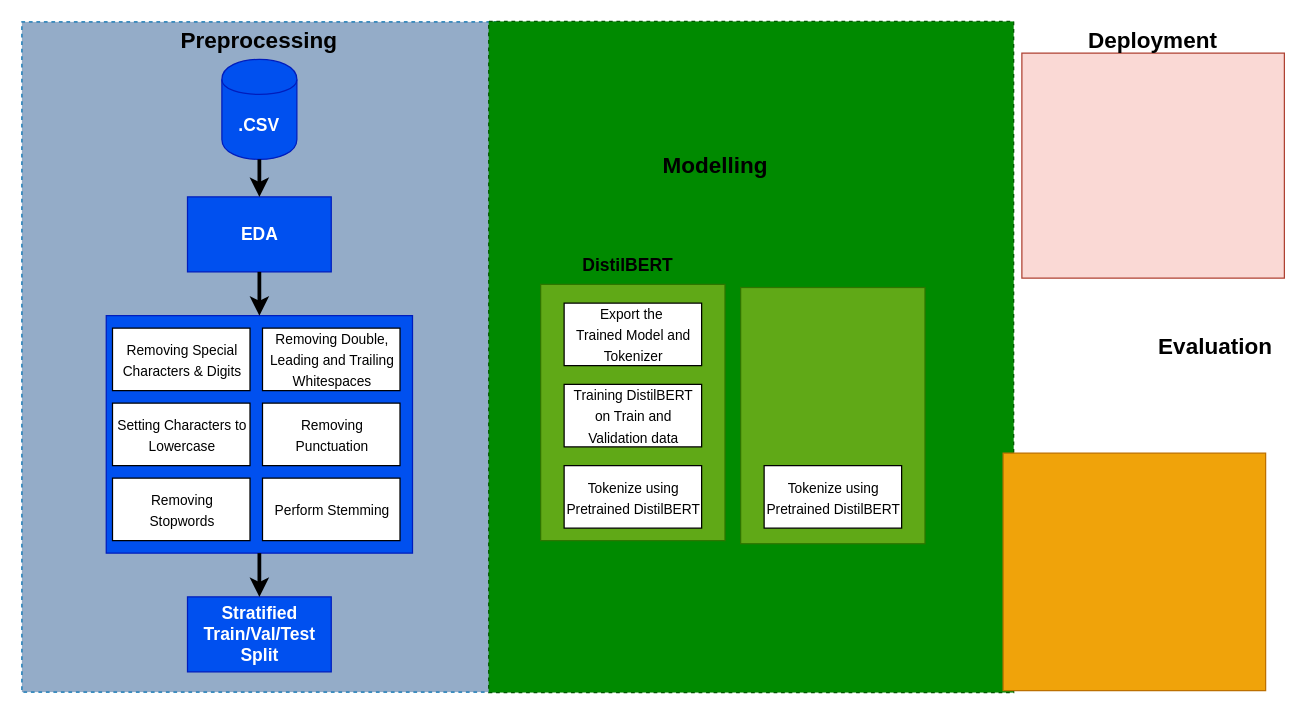
Above: MethodFlow.drawio in rvloenhout/CNN-Text-Classification-Practice (draw.io), before the change. Source tidied: cells renumbered, new cells numbered last; positions are measured from the earlier drawing's top-left corner, leaving out a move shared by most shapes. Both pictures are drawn from the tidied source at 125%, with x=0, y=0 at pixel (-76, 21).
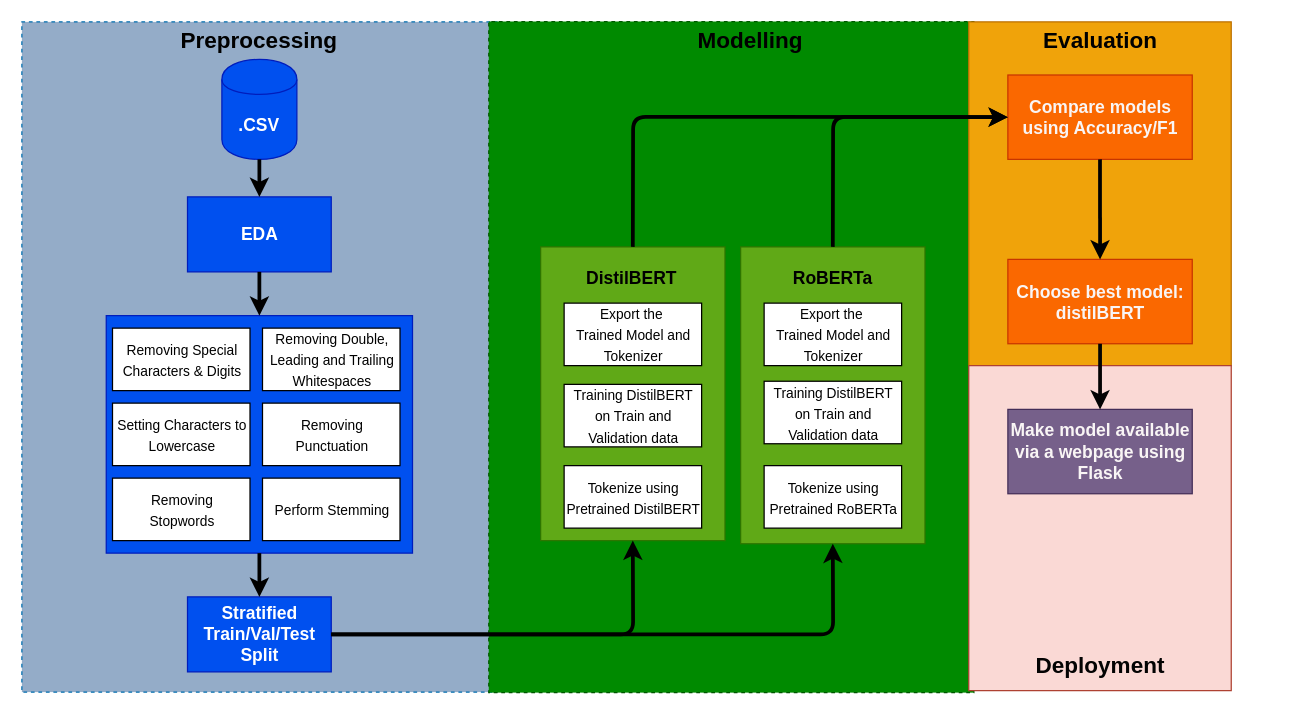
The same diagram, later.

Unchanged cells that the change refers to:
```xml
<mxCell id="19" value="&lt;b&gt;Stratified Train/Val/Test Split&lt;/b&gt;" style="rounded=0;whiteSpace=wrap;html=1;fontSize=14;fillColor=#0050ef;fontColor=#ffffff;strokeColor=#001DBC;" parent="1" vertex="1">
  <mxGeometry x="210.5" y="460" width="115" height="60" as="geometry" />
</mxCell>
```

The edit, as a diff of the source:
```diff
@@
     <mxCell id="3" style="rounded=0;whiteSpace=wrap;html=1;rotation=90;fillColor=#008a00;fontColor=#ffffff;strokeColor=#005700;dashed=1;" parent="1" vertex="1">
-      <mxGeometry x="393" y="58.1" width="536.9" height="420" as="geometry" />
+      <mxGeometry x="377.1" y="74.1" width="536.9" height="388.1" as="geometry" />
     </mxCell>
     <mxCell id="4" style="rounded=0;whiteSpace=wrap;html=1;rotation=90;fillColor=#f0a30a;fontColor=#000000;strokeColor=#BD7000;" parent="1" vertex="1">
-      <mxGeometry x="873" y="335" width="190" height="210" as="geometry" />
+      <mxGeometry x="803" y="32.5" width="275" height="210" as="geometry" />
     </mxCell>
@@
     <mxCell id="6" value="&lt;font style=&quot;font-size: 18px;&quot;&gt;&lt;b&gt;Modelling&lt;/b&gt;&lt;/font&gt;" style="text;html=1;strokeColor=none;fillColor=none;align=center;verticalAlign=middle;whiteSpace=wrap;rounded=0;" parent="1" vertex="1">
-      <mxGeometry x="603" y="100" width="60" height="30" as="geometry" />
+      <mxGeometry x="631.4" width="60" height="30" as="geometry" />
     </mxCell>
     <mxCell id="7" value="&lt;font style=&quot;font-size: 18px;&quot;&gt;&lt;b&gt;Evaluation&lt;/b&gt;&lt;/font&gt;" style="text;html=1;strokeColor=none;fillColor=none;align=center;verticalAlign=middle;whiteSpace=wrap;rounded=0;" parent="1" vertex="1">
-      <mxGeometry x="1003" y="245" width="60" height="30" as="geometry" />
+      <mxGeometry x="910.5" width="60" height="30" as="geometry" />
     </mxCell>
     <mxCell id="8" style="rounded=0;whiteSpace=wrap;html=1;rotation=90;fillColor=#fad9d5;strokeColor=#ae4132;" parent="1" vertex="1">
-      <mxGeometry x="893" y="10" width="180" height="210" as="geometry" />
+      <mxGeometry x="810.5" y="300" width="260" height="210" as="geometry" />
     </mxCell>
-    <mxCell id="9" value="&lt;font style=&quot;font-size: 18px;&quot;&gt;&lt;b&gt;Deployment&lt;/b&gt;&lt;/font&gt;" style="text;html=1;strokeColor=none;fillColor=none;align=center;verticalAlign=middle;whiteSpace=wrap;rounded=0;" parent="1" vertex="1">
-      <mxGeometry x="953" width="60" height="30" as="geometry" />
+    <mxCell id="9" value="&lt;font color=&quot;#030303&quot; style=&quot;font-size: 18px;&quot;&gt;&lt;b style=&quot;&quot;&gt;Deployment&lt;/b&gt;&lt;/font&gt;" style="text;html=1;strokeColor=none;fillColor=none;align=center;verticalAlign=middle;whiteSpace=wrap;rounded=0;" parent="1" vertex="1">
+      <mxGeometry x="910.5" y="500" width="60" height="30" as="geometry" />
     </mxCell>
@@
     <mxCell id="23" style="rounded=0;whiteSpace=wrap;html=1;fontSize=14;fillColor=#60a917;fontColor=#ffffff;strokeColor=#2D7600;" parent="1" vertex="1">
-      <mxGeometry x="493" y="210" width="147.5" height="205" as="geometry" />
+      <mxGeometry x="493" y="180" width="147.5" height="235" as="geometry" />
     </mxCell>
@@
     <mxCell id="27" value="&lt;font size=&quot;1&quot; style=&quot;&quot;&gt;&lt;b style=&quot;font-size: 14px;&quot;&gt;DistilBERT&lt;/b&gt;&lt;/font&gt;" style="text;html=1;strokeColor=none;fillColor=none;align=center;verticalAlign=middle;whiteSpace=wrap;rounded=0;" parent="1" vertex="1">
-      <mxGeometry x="533" y="180" width="60" height="30" as="geometry" />
+      <mxGeometry x="536.1" y="190" width="60" height="30" as="geometry" />
     </mxCell>
     <mxCell id="28" style="rounded=0;whiteSpace=wrap;html=1;fontSize=14;fillColor=#60a917;fontColor=#ffffff;strokeColor=#2D7600;" parent="1" vertex="1">
-      <mxGeometry x="653" y="212.5" width="147.5" height="205" as="geometry" />
+      <mxGeometry x="653" y="180" width="147.5" height="237.5" as="geometry" />
     </mxCell>
-    <mxCell id="29" value="&lt;span style=&quot;font-size: 11px;&quot;&gt;Tokenize using&lt;br&gt;Pretrained DistilBERT&lt;br&gt;&lt;/span&gt;" style="html=1;dashed=0;whitespace=wrap;fontSize=14;" parent="1" vertex="1">
+    <mxCell id="29" value="&lt;span style=&quot;font-size: 11px;&quot;&gt;Tokenize using&lt;br&gt;Pretrained RoBERTa&lt;br&gt;&lt;/span&gt;" style="html=1;dashed=0;whitespace=wrap;fontSize=14;" parent="1" vertex="1">
       <mxGeometry x="671.8" y="355" width="110" height="50" as="geometry" />
     </mxCell>
+    <mxCell id="30" value="&lt;b&gt;&lt;font color=&quot;#f9f5f5&quot;&gt;Choose best model:&lt;br&gt;distilBERT&lt;/font&gt;&lt;br&gt;&lt;/b&gt;" style="rounded=0;whiteSpace=wrap;html=1;fontSize=14;fillColor=#fa6800;fontColor=#000000;strokeColor=#C73500;" parent="1" vertex="1">
+      <mxGeometry x="866.8" y="190" width="147.5" height="67.5" as="geometry" />
+    </mxCell>
+    <mxCell id="31" value="&lt;b&gt;&lt;font color=&quot;#f9f5f5&quot;&gt;Compare models using Accuracy/F1&lt;/font&gt;&lt;br&gt;&lt;/b&gt;" style="rounded=0;whiteSpace=wrap;html=1;fontSize=14;fillColor=#fa6800;fontColor=#000000;strokeColor=#C73500;" parent="1" vertex="1">
+      <mxGeometry x="866.8" y="42.5" width="147.5" height="67.5" as="geometry" />
+    </mxCell>
+    <mxCell id="32" style="endArrow=classic;html=1;fontSize=11;fontColor=#000000;entryX=0.5;entryY=0;entryDx=0;entryDy=0;strokeWidth=3;" parent="1" edge="1" target="30">
+      <mxGeometry relative="1" as="geometry">
+        <mxPoint x="940.5" y="110" as="sourcePoint" />
+      </mxGeometry>
+    </mxCell>
+    <mxCell id="33" value="&lt;b&gt;&lt;font color=&quot;#f9f5f5&quot;&gt;Make model available via a webpage using Flask&lt;/font&gt;&lt;br&gt;&lt;/b&gt;" style="rounded=0;whiteSpace=wrap;html=1;fontSize=14;fillColor=#76608a;fontColor=#ffffff;strokeColor=#432D57;" parent="1" vertex="1">
+      <mxGeometry x="866.8" y="310" width="147.5" height="67.5" as="geometry" />
+    </mxCell>
+    <mxCell id="34" style="endArrow=classic;html=1;fontSize=11;fontColor=#000000;entryX=0.5;entryY=0;entryDx=0;entryDy=0;strokeWidth=3;exitX=0.5;exitY=1;exitDx=0;exitDy=0;strokeColor=#030303;" parent="1" edge="1" source="30" target="33">
+      <mxGeometry relative="1" as="geometry" />
+    </mxCell>
+    <mxCell id="35" value="&lt;span style=&quot;font-size: 11px;&quot;&gt;Training DistilBERT&lt;br&gt;on Train and&lt;br&gt;Validation data&lt;br&gt;&lt;/span&gt;" style="html=1;dashed=0;whitespace=wrap;fontSize=14;" parent="1" vertex="1">
+      <mxGeometry x="671.8" y="287.5" width="110" height="50" as="geometry" />
+    </mxCell>
+    <mxCell id="36" value="&lt;span style=&quot;font-size: 11px;&quot;&gt;Export the&amp;nbsp;&lt;br&gt;Trained Model and&lt;br&gt;Tokenizer&lt;br&gt;&lt;/span&gt;" style="html=1;dashed=0;whitespace=wrap;fontSize=14;" parent="1" vertex="1">
+      <mxGeometry x="671.8" y="225" width="110" height="50" as="geometry" />
+    </mxCell>
+    <mxCell id="37" value="&lt;font size=&quot;1&quot; style=&quot;&quot;&gt;&lt;b style=&quot;font-size: 14px;&quot;&gt;RoBERTa&lt;/b&gt;&lt;/font&gt;" style="text;html=1;strokeColor=none;fillColor=none;align=center;verticalAlign=middle;whiteSpace=wrap;rounded=0;" parent="1" vertex="1">
+      <mxGeometry x="696.8" y="190" width="60" height="30" as="geometry" />
+    </mxCell>
+    <mxCell id="38" style="endArrow=classic;html=1;fontSize=11;fontColor=#000000;exitX=1;exitY=0.5;exitDx=0;exitDy=0;entryX=0.5;entryY=1;entryDx=0;entryDy=0;strokeWidth=3;" parent="1" edge="1" source="19" target="28">
+      <mxGeometry relative="1" as="geometry">
+        <Array as="points">
+          <mxPoint x="727" y="490" />
+        </Array>
+      </mxGeometry>
+    </mxCell>
+    <mxCell id="39" style="endArrow=classic;html=1;fontSize=11;fontColor=#000000;exitX=1;exitY=0.5;exitDx=0;exitDy=0;entryX=0.5;entryY=1;entryDx=0;entryDy=0;strokeWidth=3;" parent="1" edge="1" source="19" target="23">
+      <mxGeometry relative="1" as="geometry">
+        <Array as="points">
+          <mxPoint x="567" y="490" />
+        </Array>
+      </mxGeometry>
+    </mxCell>
+    <mxCell id="40" style="endArrow=classic;html=1;fontSize=11;fontColor=#000000;exitX=0.5;exitY=0;exitDx=0;exitDy=0;entryX=0;entryY=0.5;entryDx=0;entryDy=0;strokeWidth=3;" parent="1" edge="1" source="23" target="31">
+      <mxGeometry relative="1" as="geometry">
+        <Array as="points">
+          <mxPoint x="567" y="76" />
+        </Array>
+      </mxGeometry>
+    </mxCell>
+    <mxCell id="41" style="endArrow=classic;html=1;fontSize=11;fontColor=#000000;exitX=0.5;exitY=0;exitDx=0;exitDy=0;entryX=0;entryY=0.5;entryDx=0;entryDy=0;strokeWidth=3;" parent="1" edge="1" source="28" target="31">
+      <mxGeometry relative="1" as="geometry">
+        <Array as="points">
+          <mxPoint x="727" y="76" />
+        </Array>
+      </mxGeometry>
+    </mxCell>
```
